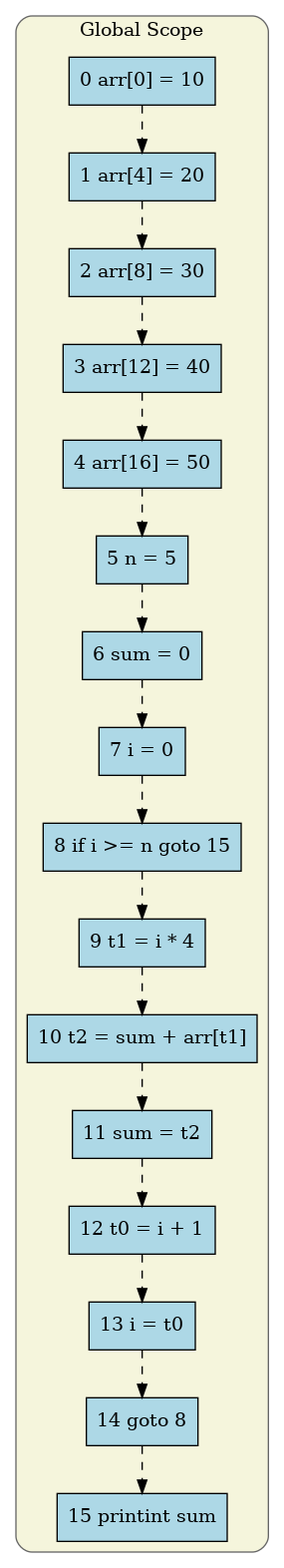
The Graphviz diagram Compiler/tac_flow.png in satish-pati/3_Compilers_LabProject, before a commit. Its source is kept beside it as Compiler/tac_flow.dot.
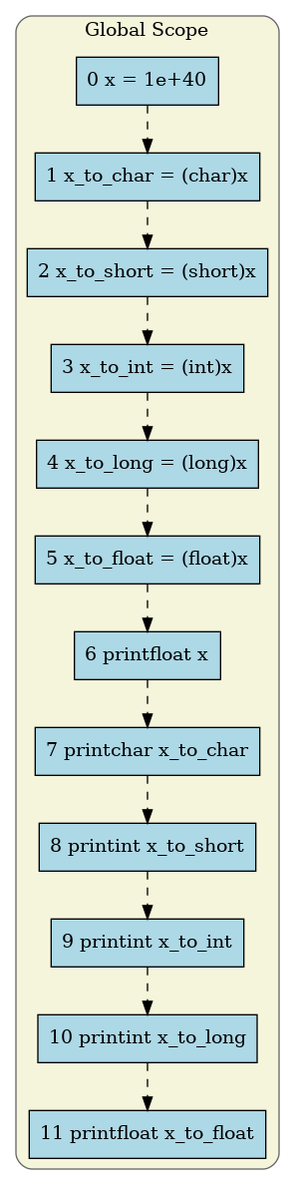
The same diagram one commit later.

Diff of the diagram source:
```diff
@@ -5,36 +5,28 @@
   subgraph cluster_global {
     label="Global Scope";
     style=rounded; color=gray40; bgcolor="#f5f5dc";
-    n0 [label="0 arr[0] = 10"];
+    n0 [label="0 x = 1e+40"];
     n0 -> n1 [style=dashed];
-    n1 [label="1 arr[4] = 20"];
+    n1 [label="1 x_to_char = (char)x"];
     n1 -> n2 [style=dashed];
-    n2 [label="2 arr[8] = 30"];
+    n2 [label="2 x_to_short = (short)x"];
     n2 -> n3 [style=dashed];
-    n3 [label="3 arr[12] = 40"];
+    n3 [label="3 x_to_int = (int)x"];
     n3 -> n4 [style=dashed];
-    n4 [label="4 arr[16] = 50"];
+    n4 [label="4 x_to_long = (long)x"];
     n4 -> n5 [style=dashed];
-    n5 [label="5 n = 5"];
+    n5 [label="5 x_to_float = (float)x"];
     n5 -> n6 [style=dashed];
-    n6 [label="6 sum = 0"];
+    n6 [label="6 printfloat x"];
     n6 -> n7 [style=dashed];
-    n7 [label="7 i = 0"];
+    n7 [label="7 printchar x_to_char"];
     n7 -> n8 [style=dashed];
-    n8 [label="8 if i >= n goto 15"];
+    n8 [label="8 printint x_to_short"];
     n8 -> n9 [style=dashed];
-    n9 [label="9 t1 = i * 4"];
+    n9 [label="9 printint x_to_int"];
     n9 -> n10 [style=dashed];
-    n10 [label="10 t2 = sum + arr[t1]"];
+    n10 [label="10 printint x_to_long"];
     n10 -> n11 [style=dashed];
-    n11 [label="11 sum = t2"];
-    n11 -> n12 [style=dashed];
-    n12 [label="12 t0 = i + 1"];
-    n12 -> n13 [style=dashed];
-    n13 [label="13 i = t0"];
-    n13 -> n14 [style=dashed];
-    n14 [label="14 goto 8"];
-    n14 -> n15 [style=dashed];
-    n15 [label="15 printint sum"];
+    n11 [label="11 printfloat x_to_float"];
   }
 }
```
